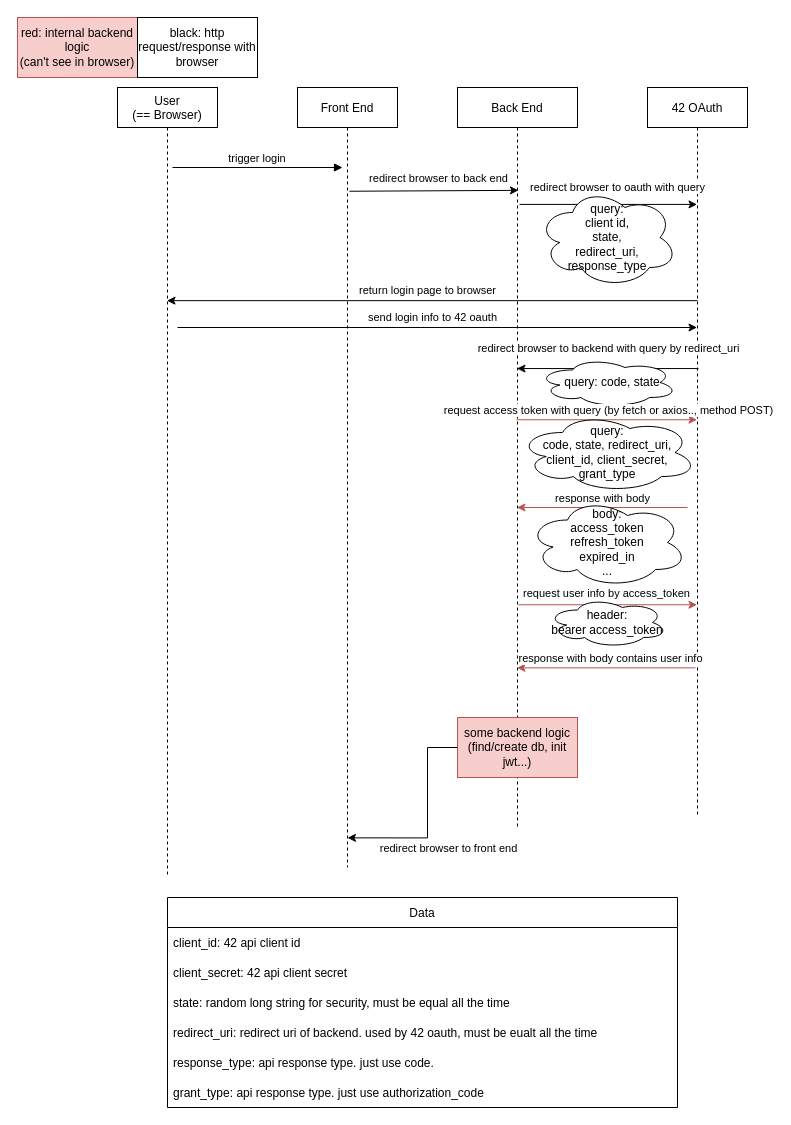
Before: oauth.drawio in GunGonGamLeeLee/ft_transcendence, a draw.io diagram. Source tidied: cells renumbered, new cells numbered last; positions are measured from the earlier drawing's top-left corner, leaving out a move shared by most shapes. Both pictures are drawn from the tidied source at 100%, with x=0, y=0 at pixel (17, 17).
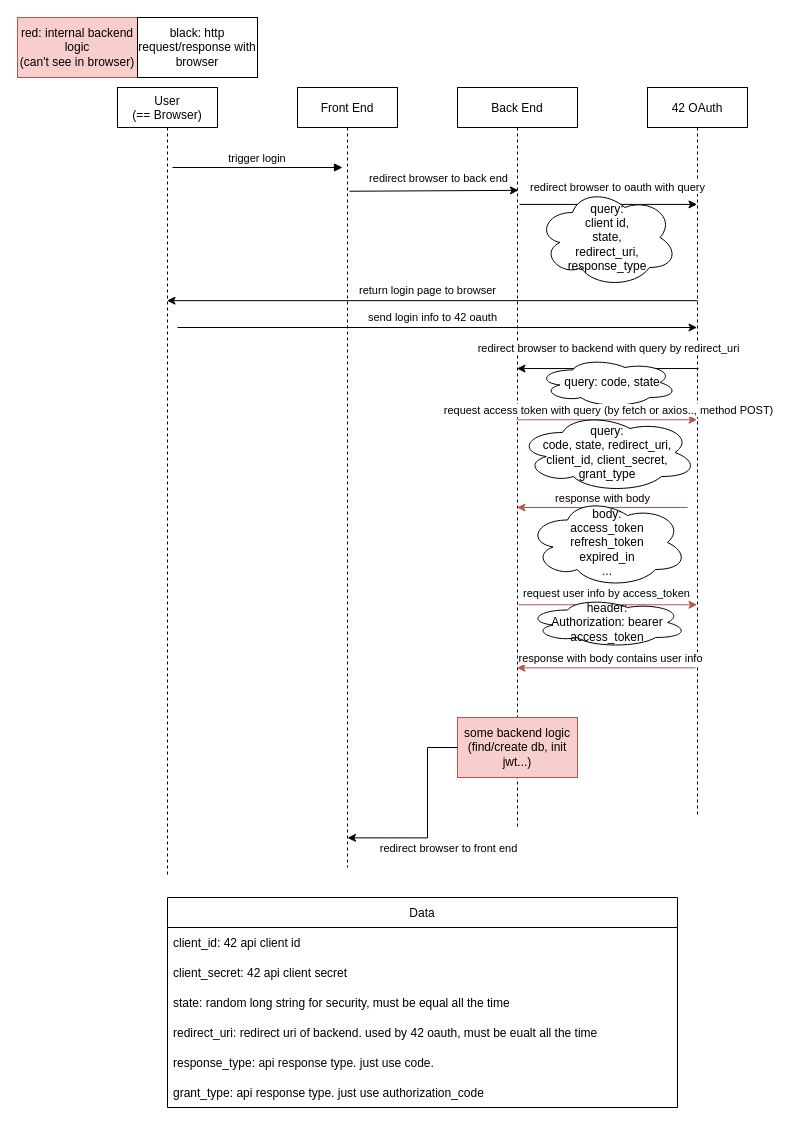
Above is the later version.

What changed in the source:
```diff
@@
-    <mxCell id="20" value="header:&lt;br&gt;bearer access_token" style="ellipse;shape=cloud;whiteSpace=wrap;html=1;" parent="1" vertex="1">
-      <mxGeometry x="530" y="580" width="120" height="50" as="geometry" />
+    <mxCell id="20" value="header:&lt;br&gt;Authorization: bearer access_token" style="ellipse;shape=cloud;whiteSpace=wrap;html=1;" parent="1" vertex="1">
+      <mxGeometry x="510" y="580" width="160" height="50" as="geometry" />
     </mxCell>
```
